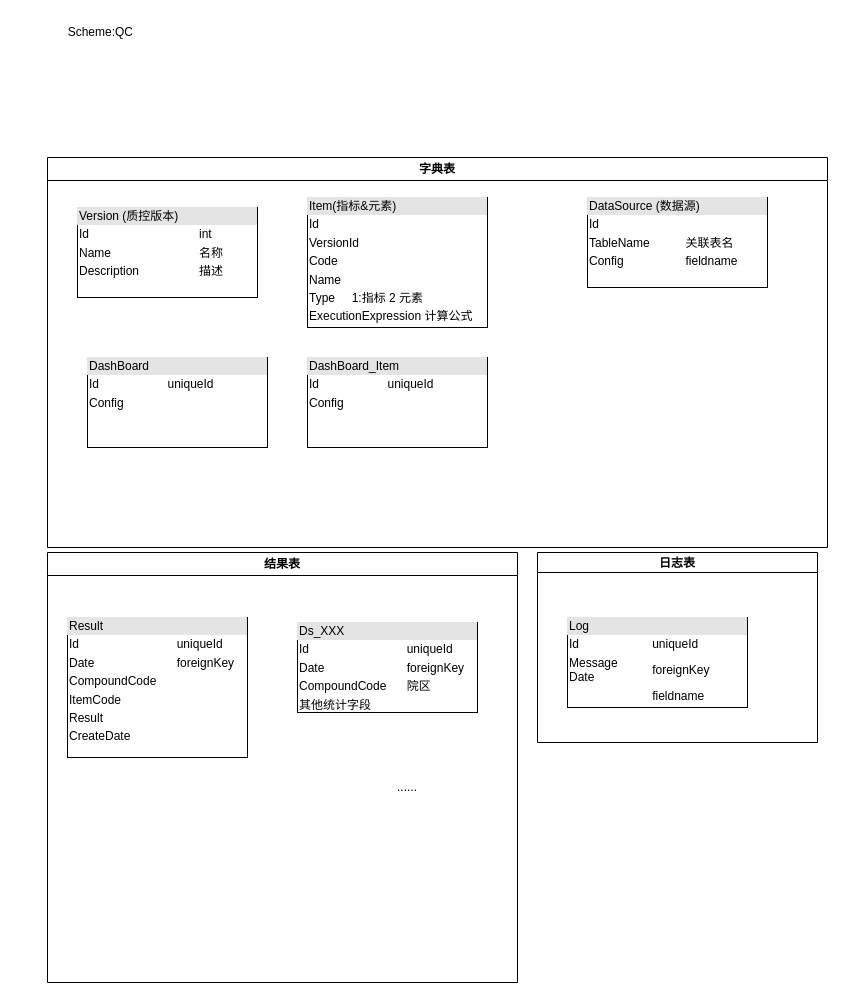
The draw.io diagram page "详细" (2 of 2) of 质控.drawio in panpan92/Message-board, before the edit. Source tidied: cells renumbered, new cells numbered last; positions are measured from the earlier drawing's top-left corner, leaving out a move shared by most shapes. Both pictures are drawn from the tidied source at 100%, with x=0, y=0 at pixel (37, 17).
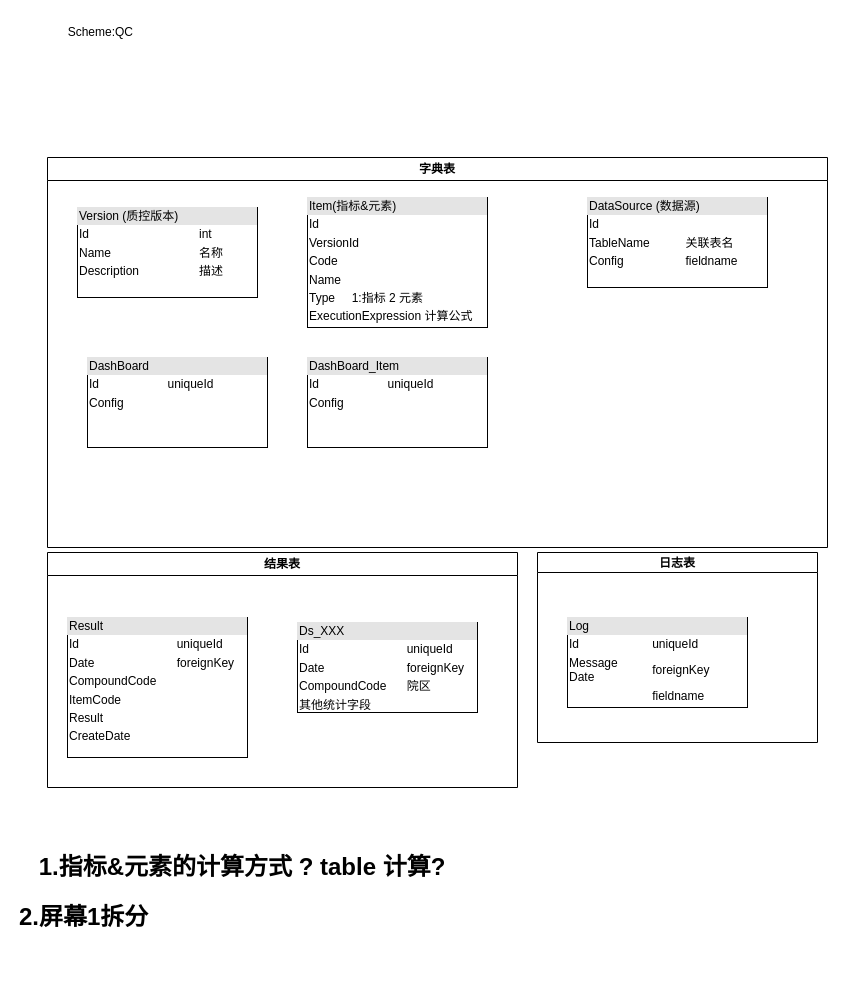
After the change.

What changed in the source:
```diff
@@
 <mxGraphModel>
   <root>
     <mxCell id="0" />
     <mxCell id="1" parent="0" />
     <mxCell id="2" value="字典表" style="swimlane;whiteSpace=wrap;html=1;" parent="1" vertex="1">
       <mxGeometry x="10" y="140" width="780" height="390" as="geometry" />
     </mxCell>
     <mxCell id="3" value="&lt;div style=&quot;box-sizing:border-box;width:100%;background:#e4e4e4;padding:2px;&quot;&gt;Version (质控版本)&lt;/div&gt;&lt;table style=&quot;width:100%;font-size:1em;&quot; cellpadding=&quot;2&quot; cellspacing=&quot;0&quot;&gt;&lt;tbody&gt;&lt;tr&gt;&lt;td&gt;Id&lt;/td&gt;&lt;td&gt;int&lt;/td&gt;&lt;td&gt;&lt;br&gt;&lt;/td&gt;&lt;/tr&gt;&lt;tr&gt;&lt;td&gt;Name&lt;/td&gt;&lt;td&gt;名称&lt;/td&gt;&lt;td&gt;&lt;br&gt;&lt;/td&gt;&lt;/tr&gt;&lt;tr&gt;&lt;td&gt;Description&lt;/td&gt;&lt;td&gt;描述&lt;/td&gt;&lt;td&gt;&lt;br&gt;&lt;/td&gt;&lt;/tr&gt;&lt;/tbody&gt;&lt;/table&gt;" style="verticalAlign=top;align=left;overflow=fill;html=1;" parent="2" vertex="1">
       <mxGeometry x="30" y="50" width="180" height="90" as="geometry" />
     </mxCell>
     <mxCell id="4" value="&lt;div style=&quot;box-sizing:border-box;width:100%;background:#e4e4e4;padding:2px;&quot;&gt;Item(指标&amp;amp;元素)&lt;/div&gt;&lt;table style=&quot;width:100%;font-size:1em;&quot; cellpadding=&quot;2&quot; cellspacing=&quot;0&quot;&gt;&lt;tbody&gt;&lt;tr&gt;&lt;td&gt;Id&lt;/td&gt;&lt;td&gt;&lt;br&gt;&lt;/td&gt;&lt;/tr&gt;&lt;tr&gt;&lt;td&gt;VersionId&lt;/td&gt;&lt;td&gt;&lt;br&gt;&lt;/td&gt;&lt;/tr&gt;&lt;tr&gt;&lt;td&gt;Code&lt;/td&gt;&lt;td&gt;&lt;br&gt;&lt;/td&gt;&lt;/tr&gt;&lt;tr&gt;&lt;td&gt;Name&lt;/td&gt;&lt;td&gt;&lt;br&gt;&lt;/td&gt;&lt;/tr&gt;&lt;tr&gt;&lt;td&gt;Type&amp;nbsp; &amp;nbsp; &amp;nbsp;1:指标 2 元素&lt;/td&gt;&lt;td&gt;&lt;br&gt;&lt;/td&gt;&lt;/tr&gt;&lt;tr&gt;&lt;td&gt;ExecutionExpression 计算公式&lt;br&gt;&lt;/td&gt;&lt;td&gt;&lt;br&gt;&lt;/td&gt;&lt;/tr&gt;&lt;tr&gt;&lt;td&gt;&lt;br&gt;&lt;/td&gt;&lt;td&gt;&lt;br&gt;&lt;/td&gt;&lt;/tr&gt;&lt;tr&gt;&lt;td&gt;&lt;br&gt;&lt;/td&gt;&lt;td&gt;&lt;br&gt;&lt;/td&gt;&lt;/tr&gt;&lt;tr&gt;&lt;td&gt;&lt;br&gt;&lt;/td&gt;&lt;td&gt;&lt;br&gt;&lt;/td&gt;&lt;/tr&gt;&lt;tr&gt;&lt;td&gt;&lt;br&gt;&lt;/td&gt;&lt;td&gt;&lt;br&gt;&lt;/td&gt;&lt;/tr&gt;&lt;tr&gt;&lt;td&gt;&lt;br&gt;&lt;/td&gt;&lt;td&gt;&lt;br&gt;&lt;/td&gt;&lt;/tr&gt;&lt;tr&gt;&lt;td&gt;&lt;br&gt;&lt;/td&gt;&lt;td&gt;&lt;br&gt;&lt;/td&gt;&lt;/tr&gt;&lt;tr&gt;&lt;td&gt;&lt;br&gt;&lt;/td&gt;&lt;td&gt;&lt;br&gt;&lt;/td&gt;&lt;/tr&gt;&lt;tr&gt;&lt;td&gt;&lt;br&gt;&lt;/td&gt;&lt;td&gt;&lt;br&gt;&lt;/td&gt;&lt;/tr&gt;&lt;tr&gt;&lt;td&gt;&lt;br&gt;&lt;/td&gt;&lt;td&gt;&lt;br&gt;&lt;/td&gt;&lt;/tr&gt;&lt;tr&gt;&lt;td&gt;&lt;br&gt;&lt;/td&gt;&lt;td&gt;&lt;br&gt;&lt;/td&gt;&lt;/tr&gt;&lt;tr&gt;&lt;td&gt;&lt;br&gt;&lt;/td&gt;&lt;td&gt;&lt;br&gt;&lt;/td&gt;&lt;/tr&gt;&lt;/tbody&gt;&lt;/table&gt;" style="verticalAlign=top;align=left;overflow=fill;html=1;" parent="2" vertex="1">
       <mxGeometry x="260" y="40" width="180" height="130" as="geometry" />
     </mxCell>
     <mxCell id="5" value="&lt;div style=&quot;box-sizing:border-box;width:100%;background:#e4e4e4;padding:2px;&quot;&gt;DataSource (数据源)&lt;/div&gt;&lt;table style=&quot;width:100%;font-size:1em;&quot; cellpadding=&quot;2&quot; cellspacing=&quot;0&quot;&gt;&lt;tbody&gt;&lt;tr&gt;&lt;td&gt;Id&lt;/td&gt;&lt;td&gt;&lt;br&gt;&lt;/td&gt;&lt;/tr&gt;&lt;tr&gt;&lt;td&gt;TableName&lt;/td&gt;&lt;td&gt;关联表名&lt;/td&gt;&lt;/tr&gt;&lt;tr&gt;&lt;td&gt;Config&lt;/td&gt;&lt;td&gt;fieldname&lt;/td&gt;&lt;/tr&gt;&lt;/tbody&gt;&lt;/table&gt;" style="verticalAlign=top;align=left;overflow=fill;html=1;" parent="2" vertex="1">
       <mxGeometry x="540" y="40" width="180" height="90" as="geometry" />
     </mxCell>
     <mxCell id="6" value="&lt;div style=&quot;box-sizing:border-box;width:100%;background:#e4e4e4;padding:2px;&quot;&gt;DashBoard&lt;/div&gt;&lt;table style=&quot;width:100%;font-size:1em;&quot; cellpadding=&quot;2&quot; cellspacing=&quot;0&quot;&gt;&lt;tbody&gt;&lt;tr&gt;&lt;td&gt;Id&lt;/td&gt;&lt;td&gt;uniqueId&lt;/td&gt;&lt;/tr&gt;&lt;tr&gt;&lt;td&gt;Config&lt;/td&gt;&lt;td&gt;&lt;br&gt;&lt;/td&gt;&lt;/tr&gt;&lt;tr&gt;&lt;td&gt;&lt;/td&gt;&lt;td&gt;&lt;br&gt;&lt;/td&gt;&lt;/tr&gt;&lt;/tbody&gt;&lt;/table&gt;" style="verticalAlign=top;align=left;overflow=fill;html=1;" parent="2" vertex="1">
       <mxGeometry x="40" y="200" width="180" height="90" as="geometry" />
     </mxCell>
     <mxCell id="7" value="&lt;div style=&quot;box-sizing:border-box;width:100%;background:#e4e4e4;padding:2px;&quot;&gt;DashBoard_Item&lt;/div&gt;&lt;table style=&quot;width:100%;font-size:1em;&quot; cellpadding=&quot;2&quot; cellspacing=&quot;0&quot;&gt;&lt;tbody&gt;&lt;tr&gt;&lt;td&gt;Id&lt;/td&gt;&lt;td&gt;uniqueId&lt;/td&gt;&lt;/tr&gt;&lt;tr&gt;&lt;td&gt;Config&lt;/td&gt;&lt;td&gt;&lt;br&gt;&lt;/td&gt;&lt;/tr&gt;&lt;tr&gt;&lt;td&gt;&lt;/td&gt;&lt;td&gt;&lt;br&gt;&lt;/td&gt;&lt;/tr&gt;&lt;/tbody&gt;&lt;/table&gt;" style="verticalAlign=top;align=left;overflow=fill;html=1;" parent="2" vertex="1">
       <mxGeometry x="260" y="200" width="180" height="90" as="geometry" />
     </mxCell>
     <mxCell id="8" value="Scheme:QC&amp;nbsp;" style="text;html=1;strokeColor=none;fillColor=none;align=center;verticalAlign=middle;whiteSpace=wrap;rounded=0;" parent="1" vertex="1">
       <mxGeometry width="130" height="30" as="geometry" />
     </mxCell>
     <mxCell id="9" value="结果表" style="swimlane;whiteSpace=wrap;html=1;" parent="1" vertex="1">
-      <mxGeometry x="10" y="535" width="470" height="430" as="geometry" />
+      <mxGeometry x="10" y="535" width="470" height="235" as="geometry" />
     </mxCell>
-    <mxCell id="10" value="......" style="text;html=1;strokeColor=none;fillColor=none;align=center;verticalAlign=middle;whiteSpace=wrap;rounded=0;" parent="9" vertex="1">
-      <mxGeometry x="330" y="220" width="60" height="30" as="geometry" />
-    </mxCell>
     <mxCell id="11" value="&lt;div style=&quot;box-sizing:border-box;width:100%;background:#e4e4e4;padding:2px;&quot;&gt;Ds_XXX&lt;/div&gt;&lt;table style=&quot;width:100%;font-size:1em;&quot; cellpadding=&quot;2&quot; cellspacing=&quot;0&quot;&gt;&lt;tbody&gt;&lt;tr&gt;&lt;td&gt;Id&lt;/td&gt;&lt;td&gt;uniqueId&lt;/td&gt;&lt;/tr&gt;&lt;tr&gt;&lt;td&gt;Date&lt;/td&gt;&lt;td&gt;foreignKey&lt;/td&gt;&lt;/tr&gt;&lt;tr&gt;&lt;td&gt;CompoundCode&lt;br&gt;&lt;/td&gt;&lt;td&gt;院区&lt;/td&gt;&lt;/tr&gt;&lt;tr&gt;&lt;td&gt;其他统计字段&lt;br&gt;.......&lt;/td&gt;&lt;td&gt;&lt;br&gt;&lt;/td&gt;&lt;/tr&gt;&lt;/tbody&gt;&lt;/table&gt;" style="verticalAlign=top;align=left;overflow=fill;html=1;" parent="9" vertex="1">
       <mxGeometry x="250" y="70" width="180" height="90" as="geometry" />
     </mxCell>
     <mxCell id="12" value="&lt;div style=&quot;box-sizing:border-box;width:100%;background:#e4e4e4;padding:2px;&quot;&gt;Result&lt;/div&gt;&lt;table style=&quot;width:100%;font-size:1em;&quot; cellpadding=&quot;2&quot; cellspacing=&quot;0&quot;&gt;&lt;tbody&gt;&lt;tr&gt;&lt;td&gt;Id&lt;/td&gt;&lt;td&gt;uniqueId&lt;/td&gt;&lt;/tr&gt;&lt;tr&gt;&lt;td&gt;Date&lt;/td&gt;&lt;td&gt;foreignKey&lt;/td&gt;&lt;/tr&gt;&lt;tr&gt;&lt;td&gt;CompoundCode&lt;/td&gt;&lt;td&gt;&lt;br&gt;&lt;/td&gt;&lt;/tr&gt;&lt;tr&gt;&lt;td&gt;ItemCode&lt;/td&gt;&lt;td&gt;&lt;br&gt;&lt;/td&gt;&lt;/tr&gt;&lt;tr&gt;&lt;td&gt;Result&lt;/td&gt;&lt;td&gt;&lt;br&gt;&lt;/td&gt;&lt;/tr&gt;&lt;tr&gt;&lt;td&gt;CreateDate&lt;/td&gt;&lt;td&gt;&lt;br&gt;&lt;/td&gt;&lt;/tr&gt;&lt;/tbody&gt;&lt;/table&gt;" style="verticalAlign=top;align=left;overflow=fill;html=1;" parent="9" vertex="1">
       <mxGeometry x="20" y="65" width="180" height="140" as="geometry" />
     </mxCell>
     <mxCell id="13" value="日志表" style="swimlane;startSize=20;horizontal=1;horizontalTree=0;containerType=tree;" parent="1" vertex="1">
       <mxGeometry x="500" y="535" width="280" height="190" as="geometry" />
     </mxCell>
     <mxCell id="14" value="&lt;div style=&quot;box-sizing:border-box;width:100%;background:#e4e4e4;padding:2px;&quot;&gt;Log&lt;/div&gt;&lt;table style=&quot;width:100%;font-size:1em;&quot; cellpadding=&quot;2&quot; cellspacing=&quot;0&quot;&gt;&lt;tbody&gt;&lt;tr&gt;&lt;td&gt;Id&lt;/td&gt;&lt;td&gt;uniqueId&lt;/td&gt;&lt;/tr&gt;&lt;tr&gt;&lt;td&gt;Message&lt;br&gt;Date&lt;/td&gt;&lt;td&gt;foreignKey&lt;/td&gt;&lt;/tr&gt;&lt;tr&gt;&lt;td&gt;&lt;/td&gt;&lt;td&gt;fieldname&lt;/td&gt;&lt;/tr&gt;&lt;/tbody&gt;&lt;/table&gt;" style="verticalAlign=top;align=left;overflow=fill;html=1;" parent="13" vertex="1">
       <mxGeometry x="30" y="65" width="180" height="90" as="geometry" />
     </mxCell>
+    <mxCell id="15" value="&lt;h1 style=&quot;text-align: left;&quot;&gt;1.指标&amp;amp;元素的计算方式 ? table 计算?&lt;/h1&gt;" style="text;html=1;strokeColor=none;fillColor=none;align=center;verticalAlign=middle;whiteSpace=wrap;rounded=0;" parent="1" vertex="1">
+      <mxGeometry x="-20" y="820" width="450" height="60" as="geometry" />
+    </mxCell>
+    <mxCell id="16" value="&lt;h1 style=&quot;&quot;&gt;2.屏幕1拆分&lt;/h1&gt;" style="text;html=1;strokeColor=none;fillColor=none;align=left;verticalAlign=middle;whiteSpace=wrap;rounded=0;" parent="1" vertex="1">
+      <mxGeometry x="-20" y="870" width="450" height="60" as="geometry" />
+    </mxCell>
   </root>
 </mxGraphModel>
```
